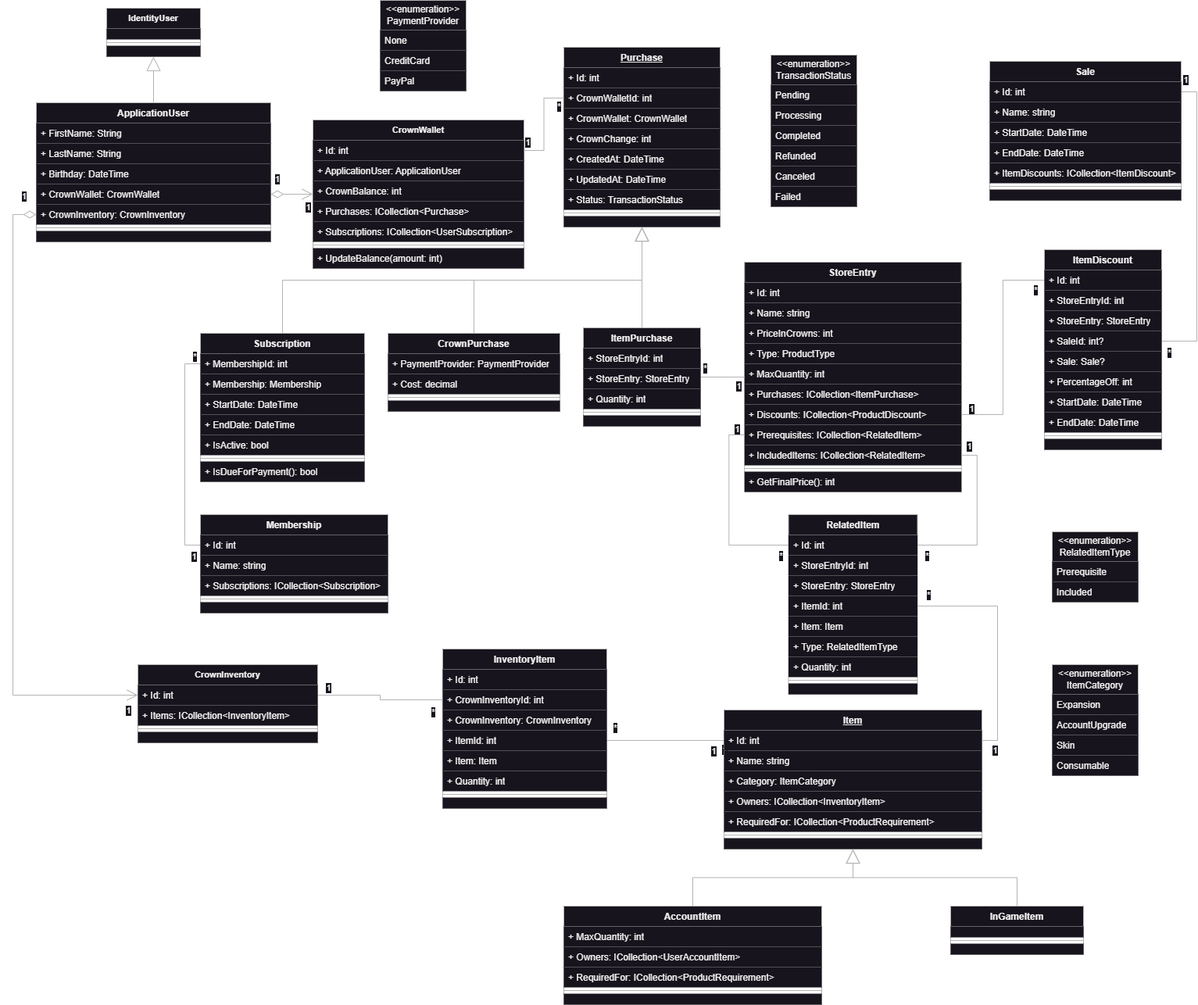
This is ClassDiagram.png from rpeixe/AspNetCore-MvcStore, a draw.io export, as it was before one commit. Source tidied: cells renumbered, new cells last; positions are measured from the earlier drawing's top-left corner, leaving out a move shared by most shapes.
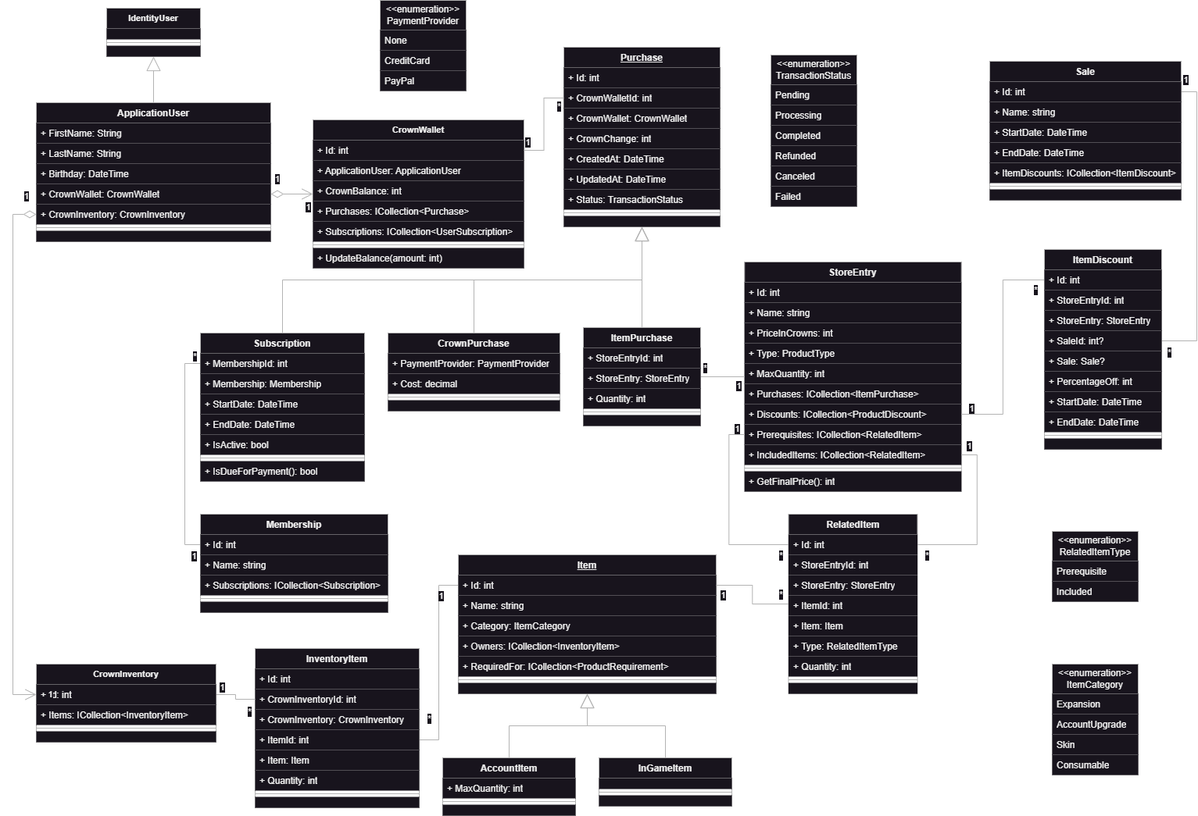
The same diagram one commit later.

Commit message:
Reorganized for better space usage

Change to the diagram source:
```diff
@@ -195,36 +195,20 @@
       <mxGeometry y="242" width="150" height="14" as="geometry" />
     </mxCell>
     <mxCell id="62" value="AccountItem" style="swimlane;fontStyle=1;align=center;verticalAlign=top;horizontal=1;startSize=26;whiteSpace=wrap;html=1;fillColor=default;strokeColor=#B3B3B3;" parent="1" vertex="1">
-      <mxGeometry x="705" y="1159" width="330" height="126" as="geometry" />
+      <mxGeometry x="550" y="970" width="170" height="74" as="geometry" />
     </mxCell>
     <mxCell id="63" value="+ MaxQuantity: int" style="text;strokeColor=none;fillColor=default;align=left;verticalAlign=top;spacingLeft=4;spacingRight=4;overflow=hidden;whiteSpace=wrap;html=1;" parent="62" vertex="1">
-      <mxGeometry y="26" width="330" height="26" as="geometry" />
+      <mxGeometry y="26" width="170" height="26" as="geometry" />
     </mxCell>
-    <mxCell id="64" value="+ Owners: ICollection&amp;lt;UserAccountItem&amp;gt;" style="text;strokeColor=none;fillColor=default;align=left;verticalAlign=top;spacingLeft=4;spacingRight=4;overflow=hidden;whiteSpace=wrap;html=1;" parent="62" vertex="1">
-      <mxGeometry y="52" width="330" height="26" as="geometry" />
-    </mxCell>
-    <mxCell id="65" value="+ RequiredFor: ICollection&amp;lt;ProductRequirement&amp;gt;" style="text;strokeColor=none;fillColor=default;align=left;verticalAlign=top;spacingLeft=4;spacingRight=4;overflow=hidden;whiteSpace=wrap;html=1;" parent="62" vertex="1">
-      <mxGeometry y="78" width="330" height="26" as="geometry" />
-    </mxCell>
     <mxCell id="66" style="line;strokeWidth=1;fillColor=default;align=left;verticalAlign=middle;spacingTop=-1;spacingLeft=3;spacingRight=3;labelPosition=right;strokeColor=inherit;" parent="62" vertex="1">
-      <mxGeometry y="104" width="330" height="8" as="geometry" />
+      <mxGeometry y="52" width="170" height="8" as="geometry" />
     </mxCell>
     <mxCell id="67" style="text;strokeColor=none;fillColor=default;align=left;verticalAlign=middle;spacingTop=-1;spacingLeft=4;spacingRight=4;labelPosition=right;" parent="62" vertex="1">
-      <mxGeometry y="112" width="330" height="14" as="geometry" />
+      <mxGeometry y="60" width="170" height="14" as="geometry" />
     </mxCell>
     <mxCell id="68" style="edgeStyle=orthogonalEdgeStyle;shape=connector;rounded=0;jettySize=auto;html=1;strokeColor=#B3B3B3;align=center;verticalAlign=middle;fontFamily=Helvetica;fontSize=11;fontColor=default;labelBackgroundColor=default;endArrow=none;entryX=0;entryY=0.5;entryDx=0;entryDy=0;exitX=1;exitY=0.5;exitDx=0;exitDy=0;" parent="1" edge="1" source="77" target="155">
       <mxGeometry relative="1" as="geometry" />
     </mxCell>
-    <mxCell id="69" value="*" style="edgeLabel;html=1;align=center;verticalAlign=middle;fontFamily=Helvetica;fontSize=11;fontColor=default;labelBackgroundColor=default;" parent="68" vertex="1">
-      <mxGeometry x="-0.91" y="1" relative="1" as="geometry">
-        <mxPoint x="-10" y="-10" as="offset" />
-      </mxGeometry>
-    </mxCell>
-    <mxCell id="70" value="1" style="edgeLabel;html=1;align=center;verticalAlign=middle;fontFamily=Helvetica;fontSize=11;fontColor=default;labelBackgroundColor=default;" parent="68" vertex="1">
-      <mxGeometry x="0.9" y="2" relative="1" as="geometry">
-        <mxPoint x="8" y="13" as="offset" />
-      </mxGeometry>
-    </mxCell>
     <mxCell id="71" value="*" style="edgeLabel;html=1;align=center;verticalAlign=middle;" parent="68" vertex="1">
       <mxGeometry x="-0.7" y="1" relative="1" as="geometry">
         <mxPoint x="-12" y="-16" as="offset" />
@@ -236,7 +220,7 @@
       </mxGeometry>
     </mxCell>
     <mxCell id="73" value="InventoryItem" style="swimlane;fontStyle=1;align=center;verticalAlign=top;horizontal=1;startSize=26;whiteSpace=wrap;html=1;fillColor=default;strokeColor=#B3B3B3;" parent="1" vertex="1">
-      <mxGeometry x="550" y="830" width="210" height="204" as="geometry" />
+      <mxGeometry x="310" y="830" width="210" height="204" as="geometry" />
     </mxCell>
     <mxCell id="74" value="+ Id: int" style="text;strokeColor=none;fillColor=default;align=left;verticalAlign=top;spacingLeft=4;spacingRight=4;overflow=hidden;whiteSpace=wrap;html=1;" parent="73" vertex="1">
       <mxGeometry y="26" width="210" height="26" as="geometry" />
@@ -366,7 +350,7 @@
       <mxGeometry relative="1" as="geometry" />
     </mxCell>
     <mxCell id="115" value="&lt;div&gt;InGameItem&lt;/div&gt;" style="swimlane;fontStyle=1;align=center;verticalAlign=top;horizontal=1;startSize=26;whiteSpace=wrap;html=1;fillColor=default;strokeColor=#B3B3B3;" parent="1" vertex="1">
-      <mxGeometry x="1200" y="1159" width="170" height="62" as="geometry" />
+      <mxGeometry x="750" y="970" width="170" height="62" as="geometry" />
     </mxCell>
     <mxCell id="116" style="text;strokeColor=none;fillColor=default;align=left;verticalAlign=middle;spacingTop=-1;spacingLeft=4;spacingRight=4;labelPosition=right;" parent="115" vertex="1">
       <mxGeometry y="26" width="170" height="14" as="geometry" />
@@ -487,7 +471,7 @@
       </mxGeometry>
     </mxCell>
     <mxCell id="154" value="&lt;u&gt;Item&lt;/u&gt;" style="swimlane;fontStyle=1;align=center;verticalAlign=top;horizontal=1;startSize=26;whiteSpace=wrap;html=1;fillColor=default;strokeColor=#B3B3B3;" parent="1" vertex="1">
-      <mxGeometry x="910" y="908" width="330" height="178" as="geometry" />
+      <mxGeometry x="570" y="710" width="330" height="178" as="geometry" />
     </mxCell>
     <mxCell id="155" value="+ Id: int" style="text;strokeColor=none;fillColor=default;align=left;verticalAlign=top;spacingLeft=4;spacingRight=4;overflow=hidden;points=[[0,0.5],[1,0.5]];portConstraint=eastwest;whiteSpace=wrap;html=1;" parent="154" vertex="1">
       <mxGeometry y="26" width="330" height="26" as="geometry" />
@@ -539,7 +523,7 @@
       </mxGeometry>
     </mxCell>
     <mxCell id="170" value="CrownInventory" style="swimlane;fontStyle=1;align=center;verticalAlign=top;horizontal=1;startSize=26;whiteSpace=wrap;html=1;fontFamily=Helvetica;fontSize=11;fontColor=default;labelBackgroundColor=default;fillColor=default;strokeColor=#B3B3B3;" parent="1" vertex="1">
-      <mxGeometry x="160" y="850" width="230" height="100" as="geometry" />
+      <mxGeometry x="30" y="850" width="230" height="100" as="geometry" />
     </mxCell>
     <mxCell id="171" value="+ Id: int" style="text;strokeColor=none;fillColor=default;align=left;verticalAlign=top;spacingLeft=4;spacingRight=4;overflow=hidden;points=[[0,0.5],[1,0.5]];portConstraint=eastwest;whiteSpace=wrap;html=1;" parent="170" vertex="1">
       <mxGeometry y="26" width="230" height="26" as="geometry" />
@@ -553,7 +537,7 @@
     <mxCell id="174" style="text;strokeColor=none;fillColor=default;align=left;verticalAlign=middle;spacingTop=-1;spacingLeft=4;spacingRight=4;labelPosition=right;" parent="170" vertex="1">
       <mxGeometry y="86" width="230" height="14" as="geometry" />
     </mxCell>
-    <mxCell id="175" style="edgeStyle=orthogonalEdgeStyle;shape=connector;rounded=0;jettySize=auto;html=1;exitX=1;exitY=0.5;exitDx=0;exitDy=0;entryX=1;entryY=0.5;entryDx=0;entryDy=0;strokeColor=#B3B3B3;align=center;verticalAlign=middle;fontFamily=Helvetica;fontSize=11;fontColor=default;labelBackgroundColor=default;endArrow=none;" parent="1" edge="1" source="91" target="155">
+    <mxCell id="175" style="edgeStyle=orthogonalEdgeStyle;shape=connector;rounded=0;jettySize=auto;html=1;exitX=0;exitY=0.5;exitDx=0;exitDy=0;entryX=1;entryY=0.5;entryDx=0;entryDy=0;strokeColor=#B3B3B3;align=center;verticalAlign=middle;fontFamily=Helvetica;fontSize=11;fontColor=default;labelBackgroundColor=default;endArrow=none;" parent="1" edge="1" source="87" target="155">
       <mxGeometry relative="1" as="geometry" />
     </mxCell>
     <mxCell id="176" value="1" style="edgeLabel;html=1;align=center;verticalAlign=middle;fontFamily=Helvetica;fontSize=11;fontColor=default;labelBackgroundColor=default;" parent="175" vertex="1">
```
